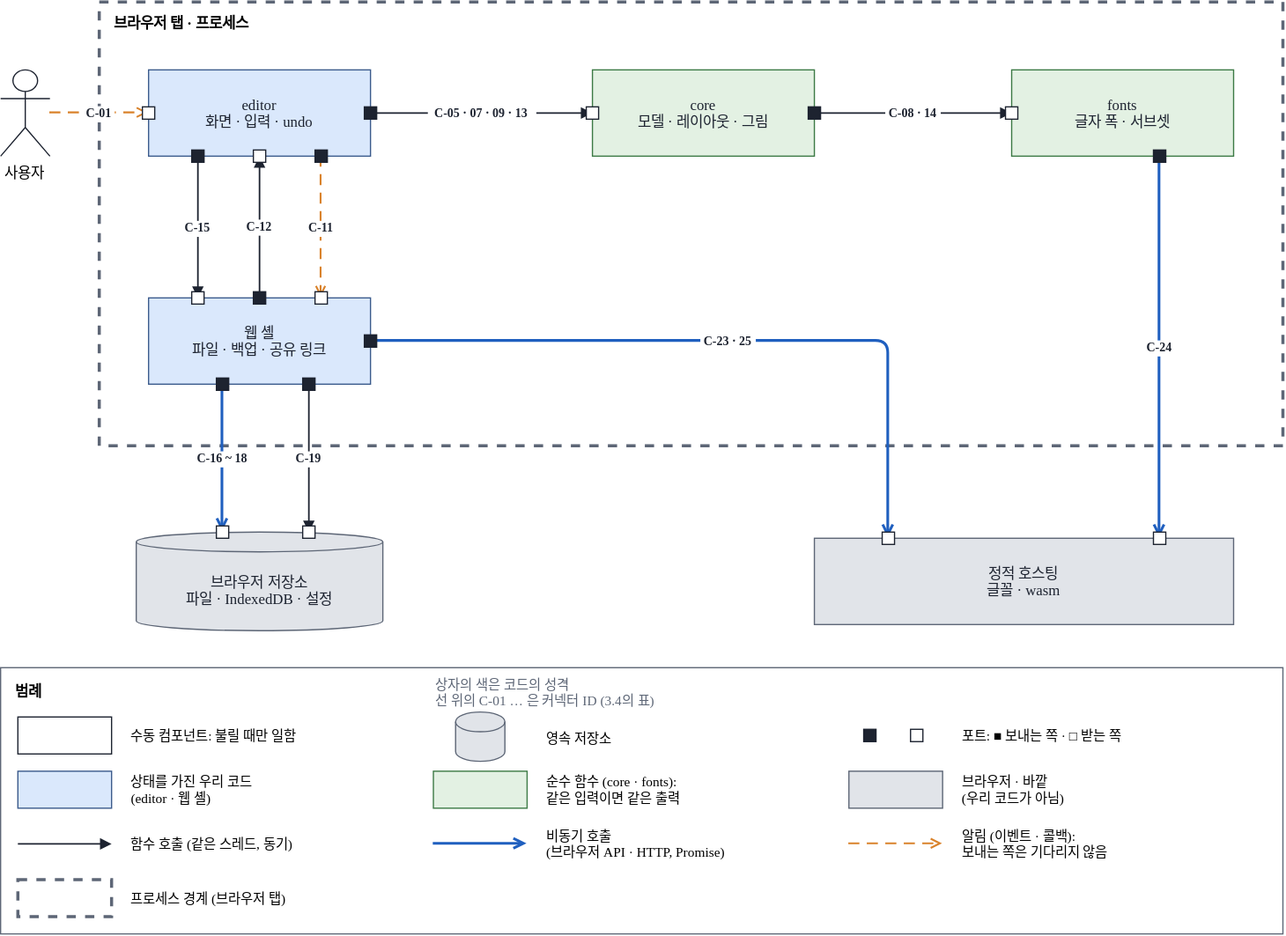
This is docs/03-architecture/assets/cc-view-web-overview.drawio.svg from reddiana/AriadneNSD, a draw.io export, as it was before one commit. Source tidied: cells renumbered, new cells last; positions are measured from the earlier drawing's top-left corner, leaving out a move shared by most shapes.
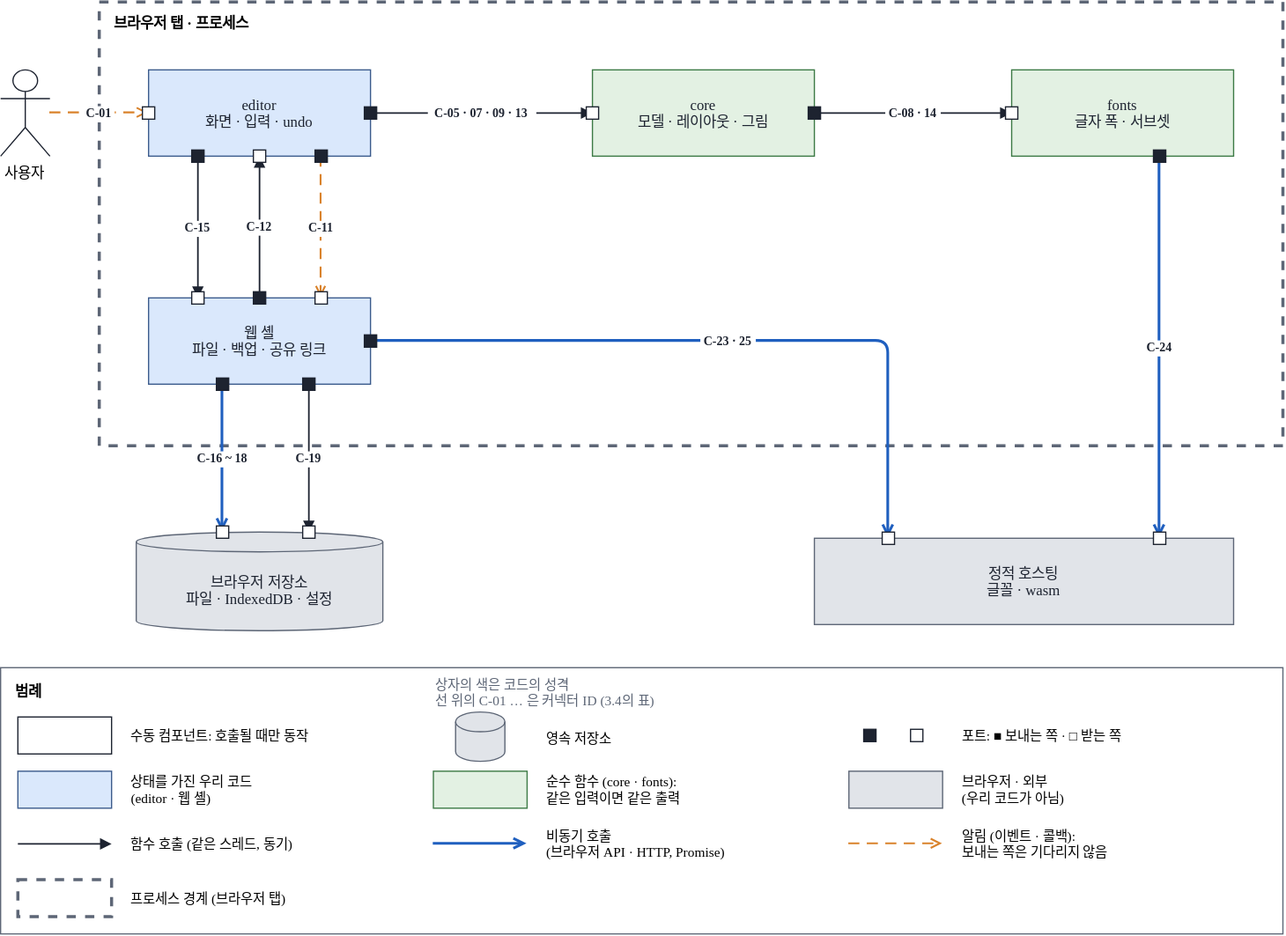
The same diagram one commit later.

Commit message:
docs(architecture): 아키텍처 문서와 C&C 범례의 말을 개발자의 용어로

Change to the diagram source:
```diff
@@ -152,7 +152,7 @@
     <mxCell id="40" style="rounded=0;html=0;fillColor=#ffffff;strokeColor=#1d2330;fontColor=#1d2330;" parent="1" vertex="1">
       <mxGeometry x="14" y="580" width="76" height="30" as="geometry" />
     </mxCell>
-    <mxCell id="41" value="수동 컴포넌트: 불릴 때만 일함" style="text;html=0;align=left;verticalAlign=middle;fontFamily=Malgun Gothic;fontSize=12;fontSize=11;" parent="1" vertex="1">
+    <mxCell id="41" value="수동 컴포넌트: 호출될 때만 동작" style="text;html=0;align=left;verticalAlign=middle;fontFamily=Malgun Gothic;fontSize=12;fontSize=11;" parent="1" vertex="1">
       <mxGeometry x="104" y="580" width="186" height="30" as="geometry" />
     </mxCell>
     <mxCell id="42" style="rounded=0;html=0;fillColor=#e3f1e3;strokeColor=#3c7a45;fontColor=#1d2330;" parent="1" vertex="1">
@@ -170,7 +170,7 @@
     <mxCell id="46" style="rounded=0;html=0;fillColor=#e1e4e9;strokeColor=#5d6676;fontColor=#1d2330;" parent="1" vertex="1">
       <mxGeometry x="688" y="624" width="76" height="30" as="geometry" />
     </mxCell>
-    <mxCell id="47" value="브라우저 · 바깥&#10;(우리 코드가 아님)" style="text;html=0;align=left;verticalAlign=middle;fontFamily=Malgun Gothic;fontSize=12;fontSize=11;" parent="1" vertex="1">
+    <mxCell id="47" value="브라우저 · 외부&#10;(우리 코드가 아님)" style="text;html=0;align=left;verticalAlign=middle;fontFamily=Malgun Gothic;fontSize=12;fontSize=11;" parent="1" vertex="1">
       <mxGeometry x="778" y="624" width="186" height="30" as="geometry" />
     </mxCell>
     <mxCell id="48" style="shape=cylinder3;boundedLbl=1;size=8;html=0;fillColor=#e1e4e9;strokeColor=#5d6676;fontColor=#1d2330;" parent="1" vertex="1">
```
